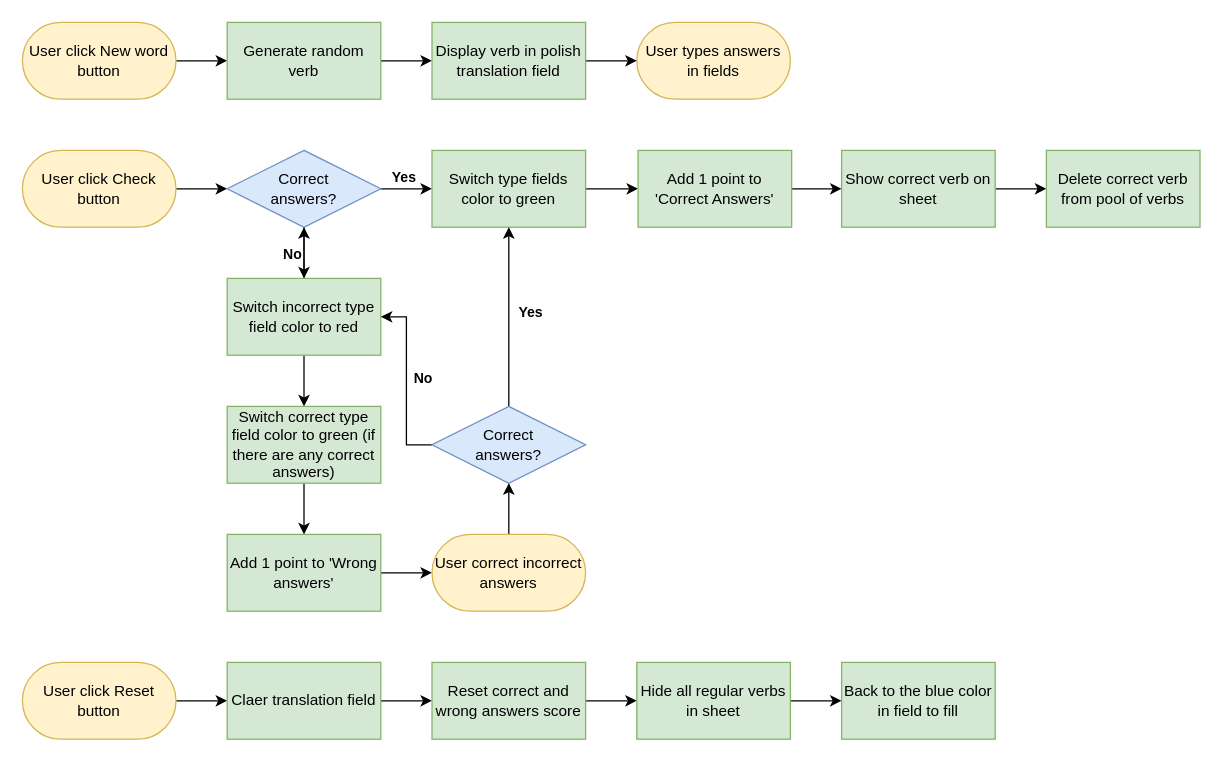
Earlier version of the draw.io diagram Irregular Verbs flowchart.drawio (danielkuciej/irregular-verbs). Source tidied: cells renumbered, new cells numbered last; positions are measured from the earlier drawing's top-left corner, leaving out a move shared by most shapes. Both pictures are drawn from the tidied source at 128%, with x=0, y=0 at pixel (22, 22).
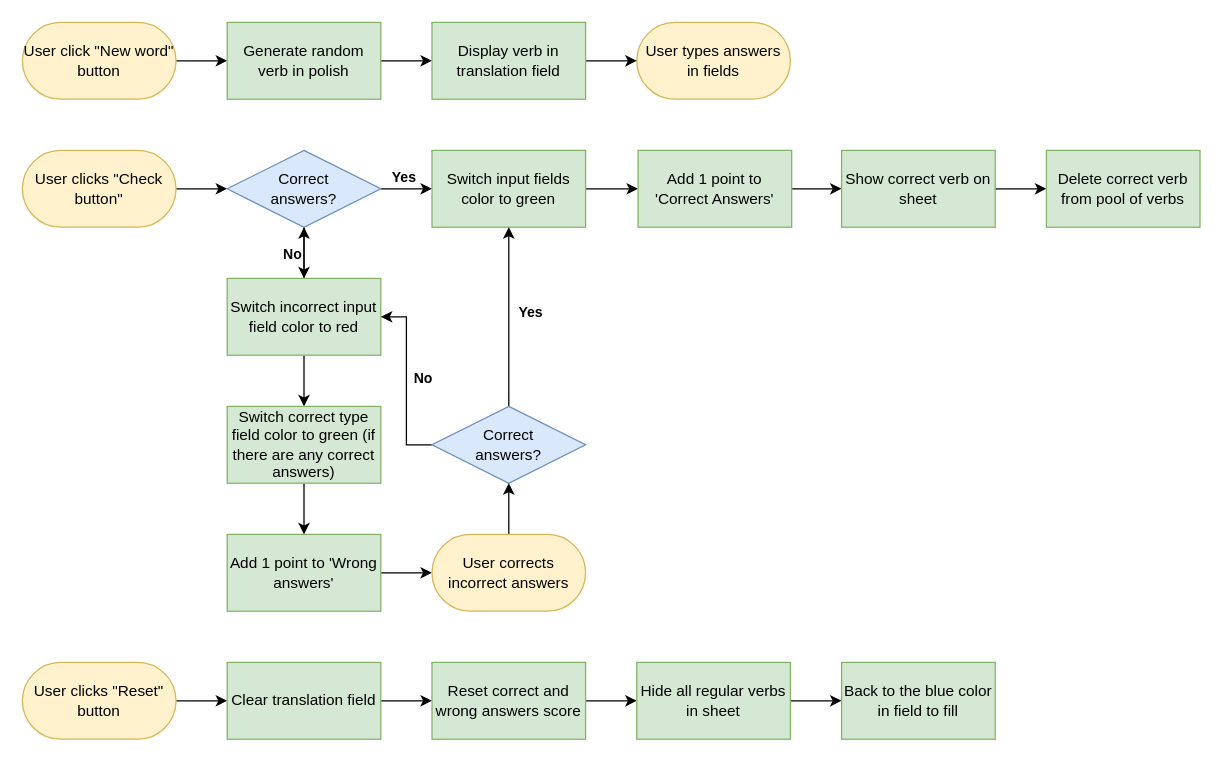
The same diagram, later.

Commit message:
Finished finished Irregular Verbs flowchart

Change to the diagram source:
```diff
@@
-    <mxCell id="3" value="User click New word button" style="rounded=1;whiteSpace=wrap;html=1;arcSize=50;fillColor=#fff2cc;strokeColor=#d6b656;" parent="1" vertex="1">
+    <mxCell id="3" value="User click &quot;New word&quot; button" style="rounded=1;whiteSpace=wrap;html=1;arcSize=50;fillColor=#fff2cc;strokeColor=#d6b656;" parent="1" vertex="1">
       <mxGeometry width="120" height="60" as="geometry" />
     </mxCell>
@@
-    <mxCell id="5" value="Generate random verb" style="rounded=0;whiteSpace=wrap;html=1;fillColor=#d5e8d4;strokeColor=#82b366;" parent="1" vertex="1">
+    <mxCell id="5" value="Generate random verb in polish" style="rounded=0;whiteSpace=wrap;html=1;fillColor=#d5e8d4;strokeColor=#82b366;" parent="1" vertex="1">
       <mxGeometry x="160" width="120" height="60" as="geometry" />
     </mxCell>
@@
-    <mxCell id="8" value="User click Check button" style="rounded=1;whiteSpace=wrap;html=1;arcSize=50;fillColor=#fff2cc;strokeColor=#d6b656;" parent="1" vertex="1">
+    <mxCell id="8" value="User clicks &quot;Check button&quot;" style="rounded=1;whiteSpace=wrap;html=1;arcSize=50;fillColor=#fff2cc;strokeColor=#d6b656;" parent="1" vertex="1">
       <mxGeometry y="100" width="120" height="60" as="geometry" />
     </mxCell>
@@
-    <mxCell id="15" value="Switch type fields color to green" style="rounded=0;whiteSpace=wrap;html=1;fillColor=#d5e8d4;strokeColor=#82b366;" parent="1" vertex="1">
+    <mxCell id="15" value="Switch input fields color to green" style="rounded=0;whiteSpace=wrap;html=1;fillColor=#d5e8d4;strokeColor=#82b366;" parent="1" vertex="1">
       <mxGeometry x="320" y="100" width="120" height="60" as="geometry" />
     </mxCell>
@@
-    <mxCell id="19" value="Switch incorrect type field color to red" style="rounded=0;whiteSpace=wrap;html=1;fillColor=#d5e8d4;strokeColor=#82b366;" parent="1" vertex="1">
+    <mxCell id="19" value="Switch incorrect input field color to red" style="rounded=0;whiteSpace=wrap;html=1;fillColor=#d5e8d4;strokeColor=#82b366;" parent="1" vertex="1">
       <mxGeometry x="160" y="200" width="120" height="60" as="geometry" />
     </mxCell>
@@
-    <mxCell id="23" value="Display verb in polish translation field" style="rounded=0;whiteSpace=wrap;html=1;fillColor=#d5e8d4;strokeColor=#82b366;" parent="1" vertex="1">
+    <mxCell id="23" value="Display verb in translation field" style="rounded=0;whiteSpace=wrap;html=1;fillColor=#d5e8d4;strokeColor=#82b366;" parent="1" vertex="1">
       <mxGeometry x="320" width="120" height="60" as="geometry" />
     </mxCell>
@@
-    <mxCell id="35" value="User click Reset button" style="rounded=1;whiteSpace=wrap;html=1;arcSize=50;fillColor=#fff2cc;strokeColor=#d6b656;" parent="1" vertex="1">
+    <mxCell id="35" value="User clicks &quot;Reset&quot; button" style="rounded=1;whiteSpace=wrap;html=1;arcSize=50;fillColor=#fff2cc;strokeColor=#d6b656;" parent="1" vertex="1">
       <mxGeometry y="500" width="120" height="60" as="geometry" />
     </mxCell>
@@
-    <mxCell id="37" value="Claer translation field" style="rounded=0;whiteSpace=wrap;html=1;fillColor=#d5e8d4;strokeColor=#82b366;" parent="1" vertex="1">
+    <mxCell id="37" value="Clear translation field" style="rounded=0;whiteSpace=wrap;html=1;fillColor=#d5e8d4;strokeColor=#82b366;" parent="1" vertex="1">
       <mxGeometry x="160" y="500" width="120" height="60" as="geometry" />
     </mxCell>
@@
-    <mxCell id="44" value="User correct incorrect answers" style="rounded=1;whiteSpace=wrap;html=1;arcSize=50;fillColor=#fff2cc;strokeColor=#d6b656;" parent="1" vertex="1">
+    <mxCell id="44" value="User corrects incorrect answers" style="rounded=1;whiteSpace=wrap;html=1;arcSize=50;fillColor=#fff2cc;strokeColor=#d6b656;" parent="1" vertex="1">
       <mxGeometry x="320" y="400" width="120" height="60" as="geometry" />
     </mxCell>
```
